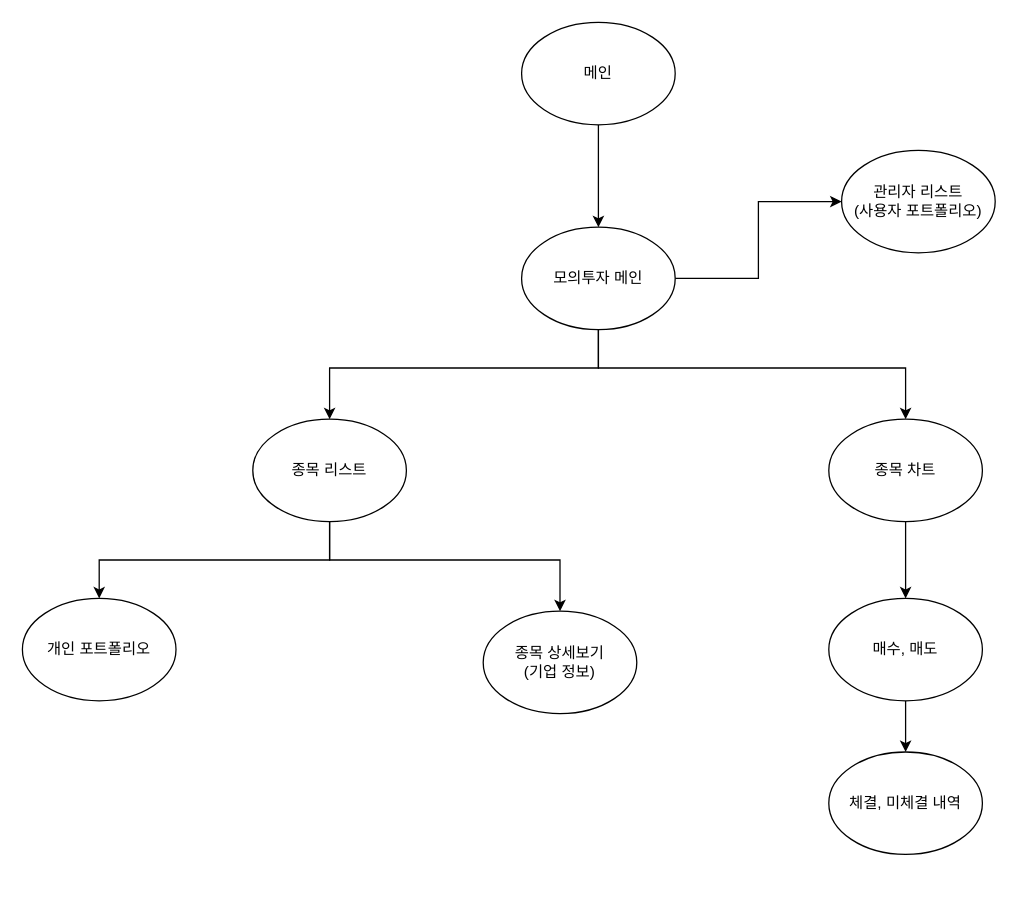
Earlier version of the draw.io diagram ex00/제목 없는 다이어그램.drawio (Moonsanghun1/Spring). Source tidied: cells renumbered, new cells numbered last; positions are measured from the earlier drawing's top-left corner, leaving out a move shared by most shapes. Both pictures are drawn from the tidied source at 128%, with x=0, y=0 at pixel (22, 22).
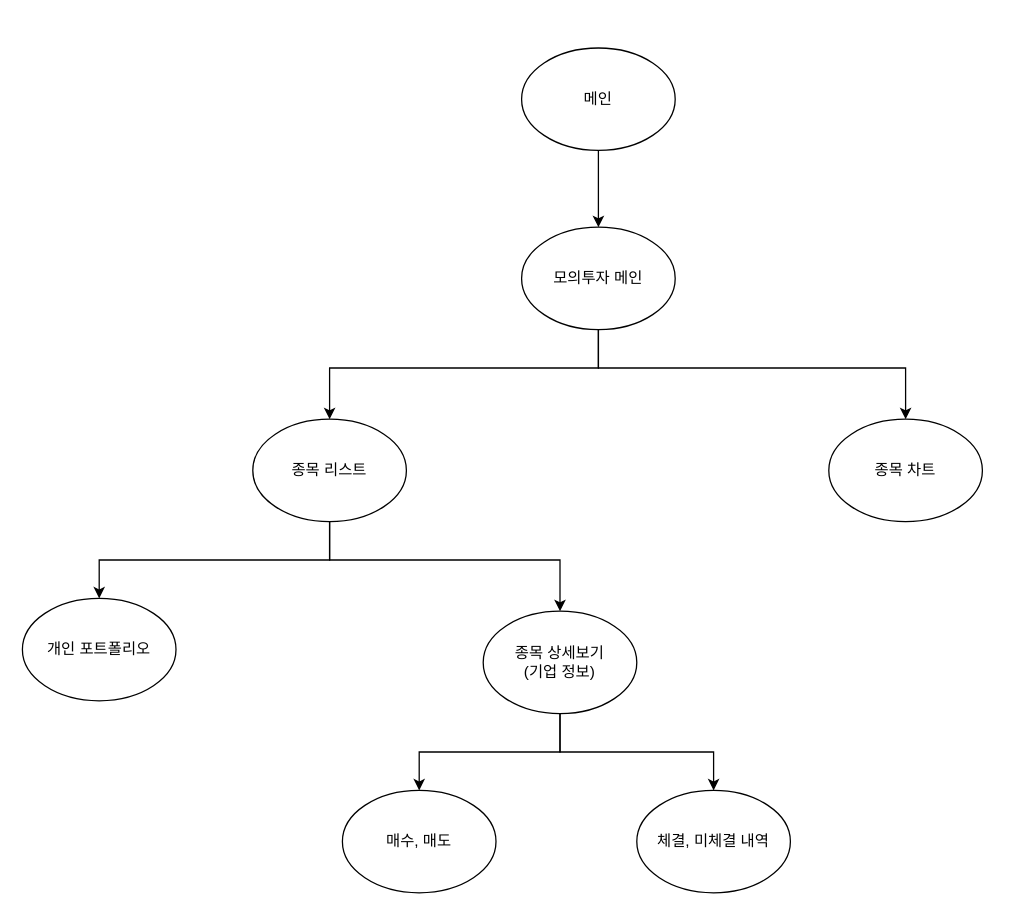
Above is the later version.

Commit message:
제목 없는 다이어그램.drawio 업데이트

Unchanged cells that the change refers to:
```xml
<mxCell id="7" value="모의투자 메인" style="ellipse;whiteSpace=wrap;html=1;" parent="1" vertex="1">
  <mxGeometry x="390" y="160" width="120" height="80" as="geometry" />
</mxCell>
<mxCell id="12" value="종목 차트" style="ellipse;whiteSpace=wrap;html=1;" parent="1" vertex="1">
  <mxGeometry x="630" y="310" width="120" height="80" as="geometry" />
</mxCell>
<mxCell id="13" value="종목 상세보기&lt;div&gt;(기업 정보)&lt;/div&gt;" style="ellipse;whiteSpace=wrap;html=1;" parent="1" vertex="1">
  <mxGeometry x="360" y="460" width="120" height="80" as="geometry" />
</mxCell>
```

Change to the diagram source:
```diff
@@
     <mxCell id="3" value="메인" style="ellipse;whiteSpace=wrap;html=1;" parent="1" vertex="1">
-      <mxGeometry x="390" width="120" height="80" as="geometry" />
+      <mxGeometry x="390" y="20" width="120" height="80" as="geometry" />
     </mxCell>
@@
-    <mxCell id="6" style="edgeStyle=orthogonalEdgeStyle;rounded=0;jettySize=auto;html=1;entryX=0;entryY=0.5;entryDx=0;entryDy=0;" parent="1" edge="1" source="7" target="17">
-      <mxGeometry relative="1" as="geometry" />
-    </mxCell>
@@
-    <mxCell id="11" style="edgeStyle=orthogonalEdgeStyle;rounded=0;jettySize=auto;html=1;" parent="1" edge="1" source="12" target="15">
-      <mxGeometry relative="1" as="geometry" />
-    </mxCell>
@@
+    <mxCell id="19" style="edgeStyle=orthogonalEdgeStyle;rounded=0;jettySize=auto;html=1;entryX=0.5;entryY=0;entryDx=0;entryDy=0;" parent="1" edge="1" source="13" target="15">
+      <mxGeometry relative="1" as="geometry" />
+    </mxCell>
+    <mxCell id="20" style="edgeStyle=orthogonalEdgeStyle;rounded=0;jettySize=auto;html=1;exitX=0.5;exitY=1;exitDx=0;exitDy=0;entryX=0.5;entryY=0;entryDx=0;entryDy=0;" parent="1" edge="1" source="13" target="18">
+      <mxGeometry relative="1" as="geometry" />
+    </mxCell>
@@
-    <mxCell id="14" style="edgeStyle=orthogonalEdgeStyle;rounded=0;jettySize=auto;html=1;entryX=0.5;entryY=0;entryDx=0;entryDy=0;" parent="1" edge="1" source="15" target="18">
-      <mxGeometry relative="1" as="geometry" />
-    </mxCell>
     <mxCell id="15" value="매수, 매도" style="ellipse;whiteSpace=wrap;html=1;" parent="1" vertex="1">
-      <mxGeometry x="630" y="450" width="120" height="80" as="geometry" />
+      <mxGeometry x="250" y="600" width="120" height="80" as="geometry" />
     </mxCell>
@@
-    <mxCell id="17" value="관리자 리스트&lt;div&gt;(사용자 포트폴리오)&lt;/div&gt;" style="ellipse;whiteSpace=wrap;html=1;" parent="1" vertex="1">
-      <mxGeometry x="640" y="100" width="120" height="80" as="geometry" />
-    </mxCell>
     <mxCell id="18" value="체결, 미체결 내역" style="ellipse;whiteSpace=wrap;html=1;" parent="1" vertex="1">
-      <mxGeometry x="630" y="570" width="120" height="80" as="geometry" />
+      <mxGeometry x="480" y="600" width="120" height="80" as="geometry" />
     </mxCell>
```
